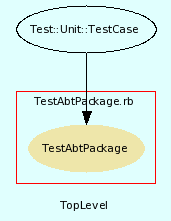
eschabell/abtlinux keeps this Graphviz diagram as src/trunk/doc/dot/f_12.png. Above is the earlier version. Its source is kept beside it as src/trunk/doc/dot/f_12.dot.
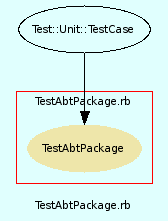
The same file after the commit.

The edit, as a diff of the source:
```diff
@@ -3,7 +3,7 @@
     bgcolor = lightcyan1
     fontname = Arial
     fontsize = 8
-    label = "TopLevel"
+    label = "TestAbtPackage.rb"
     node [
         fontname = Arial,
         fontsize = 8,
```
